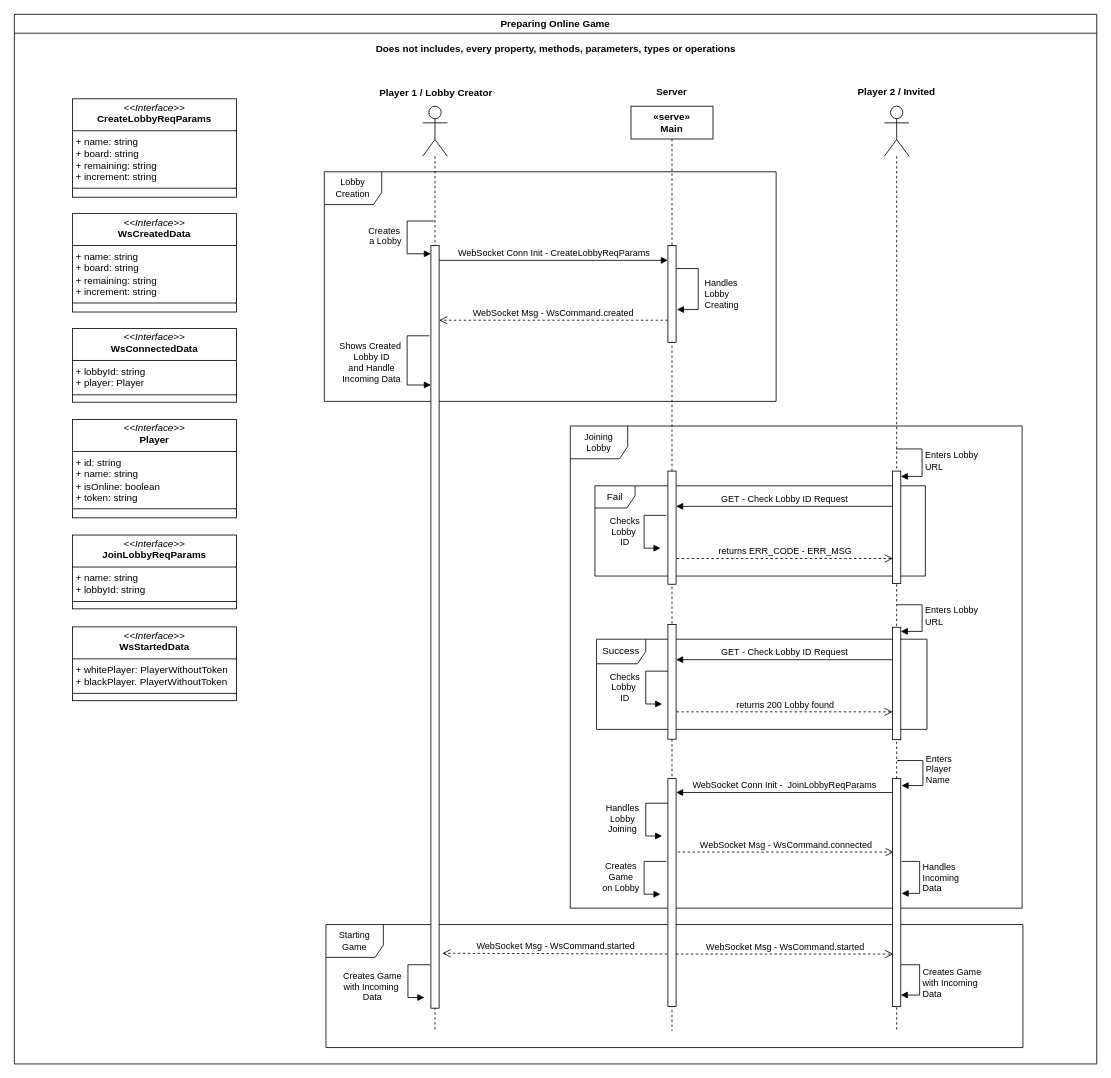
This is page "Preparing-Online-Game" (3 of 5) of docs/chess-platform.drawio from SuperLogic-stack/chess-arena, a draw.io file, before an edit. Source tidied: cells renumbered, new cells numbered last; positions are measured from the earlier drawing's top-left corner, leaving out a move shared by most shapes. Both pictures are drawn from the tidied source at 82%, with x=0, y=0 at pixel (14, 14).
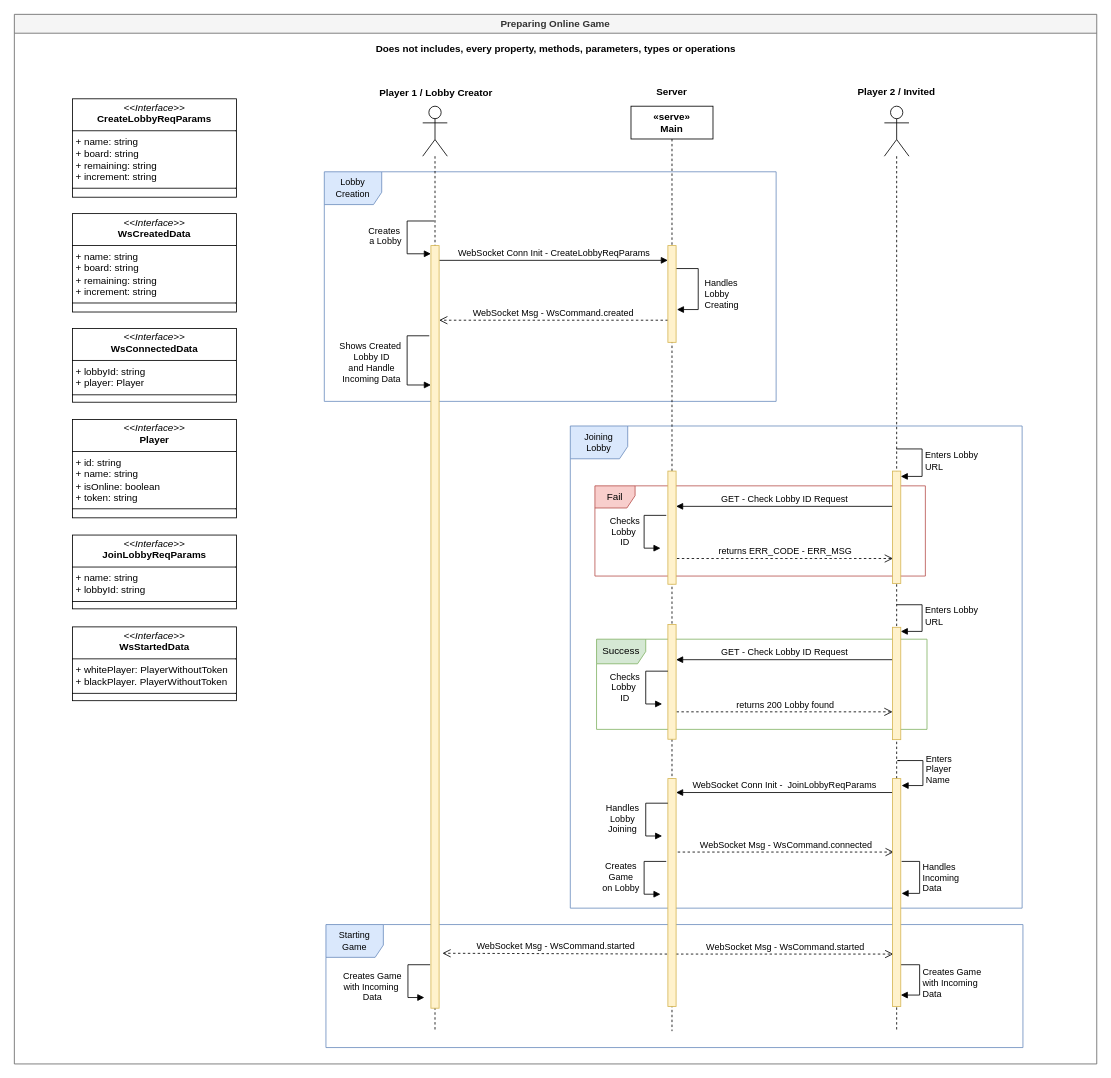
The same diagram, later.

Unchanged cells that the change refers to:
```xml
<mxCell id="7" value="&lt;div&gt;&lt;b&gt;«serve»&lt;/b&gt;&lt;/div&gt;&lt;div&gt;&lt;b&gt;Main&lt;/b&gt;&lt;br&gt;&lt;/div&gt;" style="shape=umlLifeline;perimeter=lifelinePerimeter;whiteSpace=wrap;html=1;newEdgeStyle={&quot;curved&quot;:0,&quot;rounded&quot;:0};" parent="2" vertex="1">
  <mxGeometry x="752" y="112" width="100" height="1128" as="geometry" />
</mxCell>
<mxCell id="33" style="shape=umlLifeline;perimeter=lifelinePerimeter;whiteSpace=wrap;html=1;newEdgeStyle={&quot;curved&quot;:0,&quot;rounded&quot;:0};participant=umlActor;size=61;" parent="2" vertex="1">
  <mxGeometry x="498" y="112" width="30" height="1128" as="geometry" />
</mxCell>
```

Diff of the diagram source:
```diff
@@
-    <mxCell id="2" value="Preparing Online Game" style="swimlane;" parent="1" vertex="1">
+    <mxCell id="2" value="Preparing Online Game" style="swimlane;fillColor=#f5f5f5;fontColor=#333333;strokeColor=#666666;" parent="1" vertex="1">
       <mxGeometry width="1320" height="1280" as="geometry" />
     </mxCell>
-    <mxCell id="3" value="&lt;div style=&quot;font-size: 11px;&quot;&gt;&lt;font style=&quot;font-size: 11px;&quot;&gt;Starting&lt;/font&gt;&lt;/div&gt;&lt;div style=&quot;font-size: 11px;&quot;&gt;&lt;font style=&quot;font-size: 11px;&quot;&gt;Game&lt;br&gt;&lt;/font&gt;&lt;/div&gt;" style="shape=umlFrame;whiteSpace=wrap;html=1;width=70;height=40;" parent="2" vertex="1">
+    <mxCell id="3" value="&lt;div style=&quot;font-size: 11px;&quot;&gt;&lt;font style=&quot;font-size: 11px;&quot;&gt;Starting&lt;/font&gt;&lt;/div&gt;&lt;div style=&quot;font-size: 11px;&quot;&gt;&lt;font style=&quot;font-size: 11px;&quot;&gt;Game&lt;br&gt;&lt;/font&gt;&lt;/div&gt;" style="shape=umlFrame;whiteSpace=wrap;html=1;width=70;height=40;fillColor=#dae8fc;strokeColor=#6c8ebf;" parent="2" vertex="1">
       <mxGeometry x="380" y="1110" width="850" height="150" as="geometry" />
     </mxCell>
-    <mxCell id="4" value="&lt;div&gt;Joining&lt;/div&gt;&lt;div&gt;Lobby&lt;br&gt;&lt;/div&gt;" style="shape=umlFrame;whiteSpace=wrap;html=1;width=70;height=40;fontSize=11;" parent="2" vertex="1">
+    <mxCell id="4" value="&lt;div&gt;Joining&lt;/div&gt;&lt;div&gt;Lobby&lt;br&gt;&lt;/div&gt;" style="shape=umlFrame;whiteSpace=wrap;html=1;width=70;height=40;fontSize=11;fillColor=#dae8fc;strokeColor=#6c8ebf;" parent="2" vertex="1">
       <mxGeometry x="678" y="502" width="551" height="588" as="geometry" />
     </mxCell>
-    <mxCell id="5" value="&lt;div style=&quot;font-size: 11px;&quot;&gt;&lt;font style=&quot;font-size: 11px;&quot;&gt;Lobby&lt;/font&gt;&lt;/div&gt;&lt;div style=&quot;font-size: 11px;&quot;&gt;&lt;font style=&quot;font-size: 11px;&quot;&gt;Creation&lt;br style=&quot;font-size: 11px;&quot;&gt;&lt;/font&gt;&lt;/div&gt;" style="shape=umlFrame;whiteSpace=wrap;html=1;width=70;height=40;fontSize=11;" parent="2" vertex="1">
+    <mxCell id="5" value="&lt;div style=&quot;font-size: 11px;&quot;&gt;&lt;font style=&quot;font-size: 11px;&quot;&gt;Lobby&lt;/font&gt;&lt;/div&gt;&lt;div style=&quot;font-size: 11px;&quot;&gt;&lt;font style=&quot;font-size: 11px;&quot;&gt;Creation&lt;br style=&quot;font-size: 11px;&quot;&gt;&lt;/font&gt;&lt;/div&gt;" style="shape=umlFrame;whiteSpace=wrap;html=1;width=70;height=40;fontSize=11;fillColor=#dae8fc;strokeColor=#6c8ebf;" parent="2" vertex="1">
       <mxGeometry x="378" y="192" width="551" height="280" as="geometry" />
     </mxCell>
-    <mxCell id="6" value="Fail" style="shape=umlFrame;whiteSpace=wrap;html=1;width=49;height=27;" parent="2" vertex="1">
+    <mxCell id="6" value="Fail" style="shape=umlFrame;whiteSpace=wrap;html=1;width=49;height=27;fillColor=#f8cecc;strokeColor=#b85450;" parent="2" vertex="1">
       <mxGeometry x="708" y="575" width="403" height="110" as="geometry" />
     </mxCell>
@@
-    <mxCell id="9" style="html=1;perimeter=orthogonalPerimeter;targetShapes=umlLifeline;newEdgeStyle={&quot;curved&quot;:0,&quot;rounded&quot;:0};" parent="7" vertex="1">
+    <mxCell id="9" style="html=1;perimeter=orthogonalPerimeter;targetShapes=umlLifeline;newEdgeStyle={&quot;curved&quot;:0,&quot;rounded&quot;:0};fillColor=#fff2cc;strokeColor=#d6b656;" parent="7" vertex="1">
       <mxGeometry x="45" y="445" width="10" height="138" as="geometry" />
     </mxCell>
@@
-    <mxCell id="32" style="html=1;perimeter=orthogonalPerimeter;targetShapes=umlLifeline;newEdgeStyle={&quot;curved&quot;:0,&quot;rounded&quot;:0};" parent="2" vertex="1">
+    <mxCell id="32" style="html=1;perimeter=orthogonalPerimeter;targetShapes=umlLifeline;newEdgeStyle={&quot;curved&quot;:0,&quot;rounded&quot;:0};fillColor=#fff2cc;strokeColor=#d6b656;" parent="2" vertex="1">
       <mxGeometry x="797" y="282" width="10" height="118" as="geometry" />
     </mxCell>
@@
-    <mxCell id="34" style="html=1;perimeter=orthogonalPerimeter;targetShapes=umlLifeline;newEdgeStyle={&quot;curved&quot;:0,&quot;rounded&quot;:0};" parent="33" vertex="1">
+    <mxCell id="34" style="html=1;perimeter=orthogonalPerimeter;targetShapes=umlLifeline;newEdgeStyle={&quot;curved&quot;:0,&quot;rounded&quot;:0};fillColor=#fff2cc;strokeColor=#d6b656;" parent="33" vertex="1">
       <mxGeometry x="10" y="170" width="10" height="930" as="geometry" />
     </mxCell>
-    <mxCell id="35" style="html=1;perimeter=orthogonalPerimeter;targetShapes=umlLifeline;newEdgeStyle={&quot;curved&quot;:0,&quot;rounded&quot;:0};" parent="2" vertex="1">
+    <mxCell id="35" style="html=1;perimeter=orthogonalPerimeter;targetShapes=umlLifeline;newEdgeStyle={&quot;curved&quot;:0,&quot;rounded&quot;:0};fillColor=#fff2cc;strokeColor=#d6b656;" parent="2" vertex="1">
       <mxGeometry x="1071" y="557" width="10" height="137" as="geometry" />
     </mxCell>
@@
-    <mxCell id="40" style="html=1;perimeter=orthogonalPerimeter;targetShapes=umlLifeline;newEdgeStyle={&quot;curved&quot;:0,&quot;rounded&quot;:0};" parent="2" vertex="1">
+    <mxCell id="40" style="html=1;perimeter=orthogonalPerimeter;targetShapes=umlLifeline;newEdgeStyle={&quot;curved&quot;:0,&quot;rounded&quot;:0};fillColor=#fff2cc;strokeColor=#d6b656;" parent="2" vertex="1">
       <mxGeometry x="797" y="932" width="10" height="278" as="geometry" />
     </mxCell>
@@
-    <mxCell id="42" style="html=1;perimeter=orthogonalPerimeter;targetShapes=umlLifeline;newEdgeStyle={&quot;curved&quot;:0,&quot;rounded&quot;:0};" parent="2" vertex="1">
+    <mxCell id="42" style="html=1;perimeter=orthogonalPerimeter;targetShapes=umlLifeline;newEdgeStyle={&quot;curved&quot;:0,&quot;rounded&quot;:0};fillColor=#fff2cc;strokeColor=#d6b656;" parent="2" vertex="1">
       <mxGeometry x="1071" y="932" width="10" height="278" as="geometry" />
     </mxCell>
@@
-    <mxCell id="51" value="Success" style="shape=umlFrame;whiteSpace=wrap;html=1;width=60;height=30;" parent="2" vertex="1">
+    <mxCell id="51" value="Success" style="shape=umlFrame;whiteSpace=wrap;html=1;width=60;height=30;fillColor=#d5e8d4;strokeColor=#82b366;" parent="2" vertex="1">
       <mxGeometry x="710" y="762" width="403" height="110" as="geometry" />
     </mxCell>
-    <mxCell id="52" style="html=1;perimeter=orthogonalPerimeter;targetShapes=umlLifeline;newEdgeStyle={&quot;curved&quot;:0,&quot;rounded&quot;:0};" parent="2" vertex="1">
+    <mxCell id="52" style="html=1;perimeter=orthogonalPerimeter;targetShapes=umlLifeline;newEdgeStyle={&quot;curved&quot;:0,&quot;rounded&quot;:0};fillColor=#fff2cc;strokeColor=#d6b656;" parent="2" vertex="1">
       <mxGeometry x="1071" y="747.5" width="10" height="137" as="geometry" />
     </mxCell>
@@
-    <mxCell id="54" style="html=1;perimeter=orthogonalPerimeter;targetShapes=umlLifeline;newEdgeStyle={&quot;curved&quot;:0,&quot;rounded&quot;:0};" parent="1" vertex="1">
+    <mxCell id="54" style="html=1;perimeter=orthogonalPerimeter;targetShapes=umlLifeline;newEdgeStyle={&quot;curved&quot;:0,&quot;rounded&quot;:0};fillColor=#fff2cc;strokeColor=#d6b656;" parent="1" vertex="1">
       <mxGeometry x="797" y="744" width="10" height="140" as="geometry" />
     </mxCell>
```
